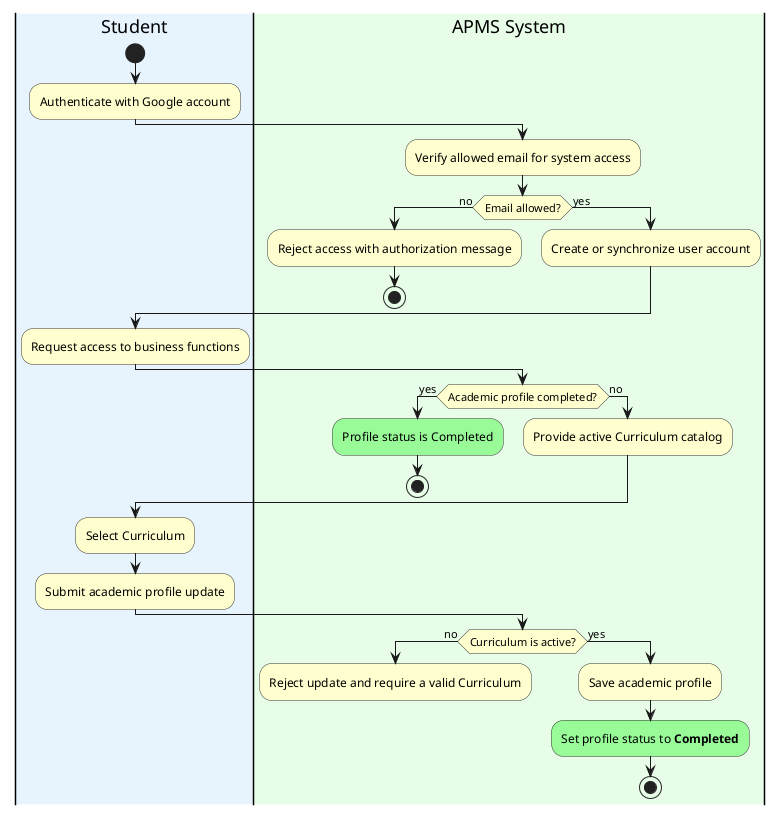
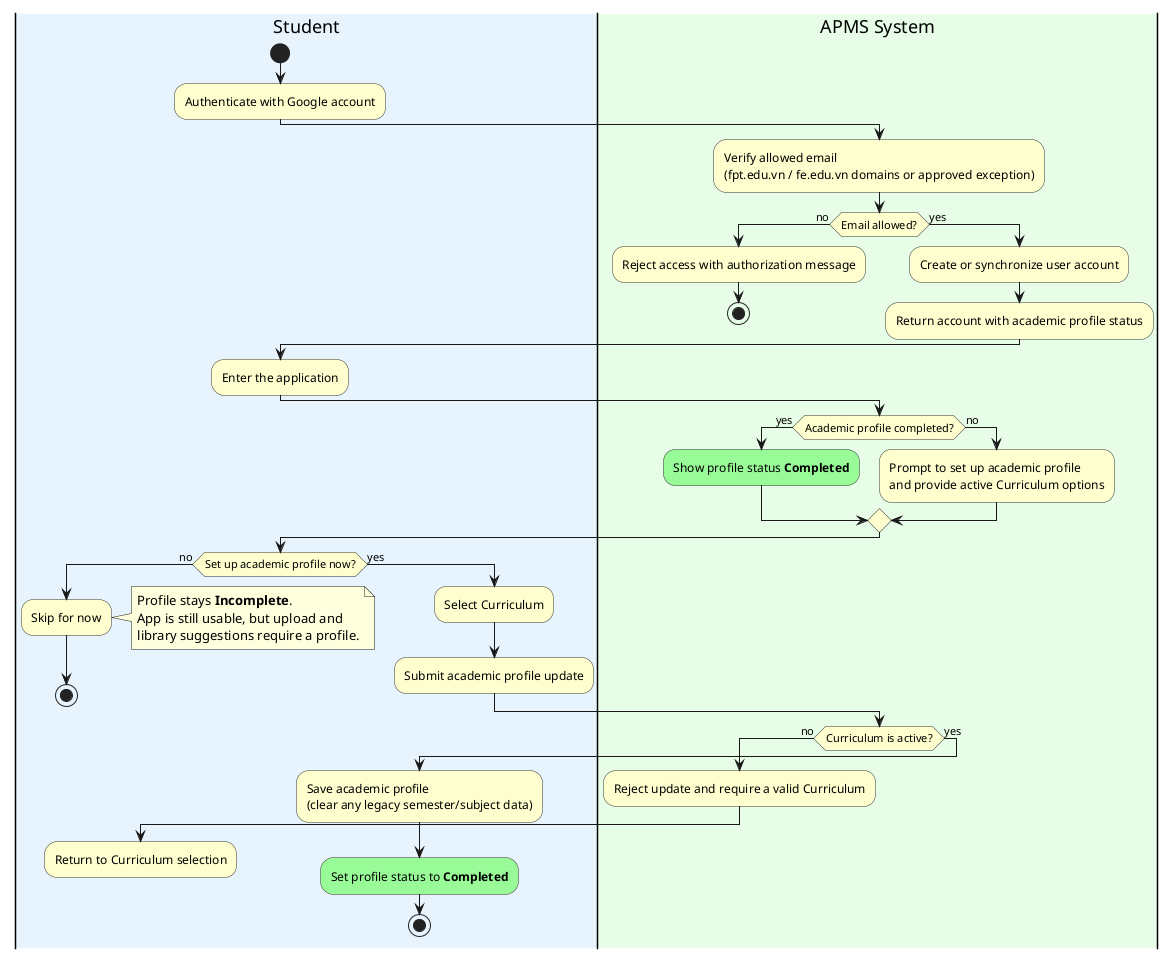
@startuml APMS_Activity1_Onboarding
skinparam swimlane {
  WrapTitle false
}
skinparam activity {
  BackgroundColor #FEFECE
  BorderColor #333333
}

|#E8F4FD|Student|
start
:Authenticate with Google account;

|#E8FDE8|APMS System|
- :Verify allowed email for system access;
+ :Verify allowed email\n(fpt.edu.vn / fe.edu.vn domains or approved exception);
if (Email allowed?) then (no)
  :Reject access with authorization message;
  stop
else (yes)
  :Create or synchronize user account;
+   :Return account with academic profile status;
endif

|Student|
- :Request access to business functions;
+ :Enter the application;

|APMS System|
if (Academic profile completed?) then (yes)
-   #PaleGreen:Profile status is Completed;
-   stop
+   #PaleGreen:Show profile status **Completed**;
else (no)
-   :Provide active Curriculum catalog;
+   :Prompt to set up academic profile\nand provide active Curriculum options;
endif

|Student|
- :Select Curriculum;
- :Submit academic profile update;
+ if (Set up academic profile now?) then (no)
+   :Skip for now;
+   note right
+     Profile stays **Incomplete**.
+     App is still usable, but upload and
+     library suggestions require a profile.
+   end note
+   stop
+ else (yes)
+   :Select Curriculum;
+   :Submit academic profile update;
+ endif

|APMS System|
if (Curriculum is active?) then (no)
  :Reject update and require a valid Curriculum;
+   |Student|
+   :Return to Curriculum selection;
  detach
else (yes)
-   :Save academic profile;
+   :Save academic profile\n(clear any legacy semester/subject data);
  #PaleGreen:Set profile status to **Completed**;
  stop
endif

@enduml
